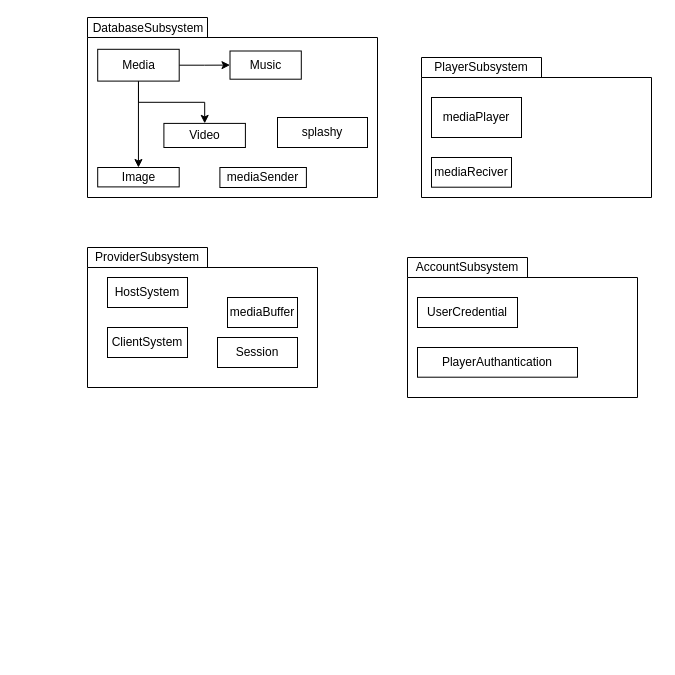
Earlier version of the draw.io diagram Untitled Diagram.drawio (emyrdemir/splashy). Source tidied: cells renumbered, new cells numbered last; positions are measured from the earlier drawing's top-left corner, leaving out a move shared by most shapes. Both pictures are drawn from the tidied source at 100%, with x=0, y=0 at pixel (87, 17).
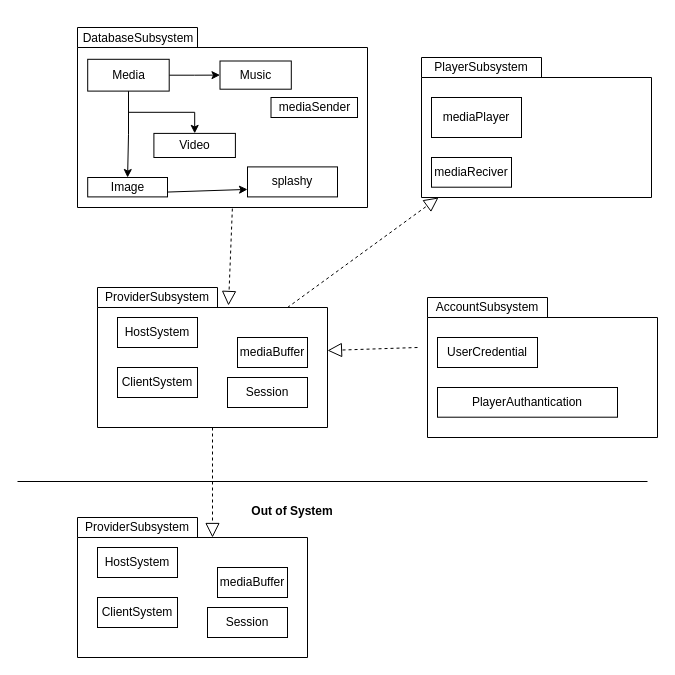
The same diagram, later.

The change refers to these unchanged cells:
```xml
<mxCell id="3" style="shape=folder;fontStyle=1;spacingTop=10;tabWidth=120;tabHeight=20;tabPosition=left;html=1;" parent="2" vertex="1">
  <mxGeometry width="230" height="140" as="geometry" />
</mxCell>
<mxCell id="10" style="shape=folder;fontStyle=1;spacingTop=10;tabWidth=120;tabHeight=20;tabPosition=left;html=1;" parent="9" vertex="1">
  <mxGeometry width="290" height="180" as="geometry" />
</mxCell>
<mxCell id="22" style="shape=folder;fontStyle=1;spacingTop=10;tabWidth=120;tabHeight=20;tabPosition=left;html=1;" parent="21" vertex="1">
  <mxGeometry width="230" height="140" as="geometry" />
</mxCell>
```

Diff of the diagram source:
```diff
@@
     <mxCell id="2" style="group;" parent="1" vertex="1">
-      <mxGeometry y="230" width="230" height="140" as="geometry" />
+      <mxGeometry x="10" y="270" width="230" height="140" as="geometry" />
     </mxCell>
@@
     <mxCell id="9" style="group;" parent="1" vertex="1">
-      <mxGeometry width="290" height="180" as="geometry" />
+      <mxGeometry x="-10" y="10" width="290" height="180" as="geometry" />
     </mxCell>
@@
     <mxCell id="16" value="Image" style="html=1;" parent="9" vertex="1">
-      <mxGeometry x="10.2" y="150" width="81.5" height="19.4" as="geometry" />
+      <mxGeometry x="10.2" y="150" width="79.8" height="19.4" as="geometry" />
     </mxCell>
@@
     <mxCell id="19" value="mediaSender" style="rounded=0;whiteSpace=wrap;html=1;" parent="9" vertex="1">
-      <mxGeometry x="132.4" y="150" width="86.5" height="20" as="geometry" />
+      <mxGeometry x="193.5" y="70" width="86.5" height="20" as="geometry" />
     </mxCell>
     <mxCell id="20" value="splashy" style="rounded=0;whiteSpace=wrap;html=1;" parent="9" vertex="1">
-      <mxGeometry x="190" y="100" width="90" height="30" as="geometry" />
+      <mxGeometry x="170" y="139.4" width="90" height="30" as="geometry" />
     </mxCell>
+    <mxCell id="31" style="endArrow=classic;html=1;exitX=1;exitY=0.75;exitDx=0;exitDy=0;entryX=0;entryY=0.75;entryDx=0;entryDy=0;" parent="9" edge="1" source="16" target="20">
+      <mxGeometry relative="1" as="geometry" />
+    </mxCell>
@@
     <mxCell id="26" style="group;" parent="1" vertex="1">
-      <mxGeometry x="320" y="240" width="230" height="140" as="geometry" />
+      <mxGeometry x="340" y="280" width="230" height="140" as="geometry" />
     </mxCell>
@@
     <mxCell id="29" value="PlayerAuthantication" style="rounded=0;whiteSpace=wrap;html=1;" parent="26" vertex="1">
-      <mxGeometry x="10" y="90" width="160" height="29.7" as="geometry" />
+      <mxGeometry x="10" y="90" width="180" height="29.7" as="geometry" />
     </mxCell>
@@
+    <mxCell id="32" style="endArrow=block;dashed=1;endFill=0;endSize=12;html=1;entryX=1;entryY=0.45;entryDx=0;entryDy=0;entryPerimeter=0;" parent="1" edge="1" target="3">
+      <mxGeometry relative="1" as="geometry">
+        <mxPoint x="330" y="330" as="sourcePoint" />
+      </mxGeometry>
+    </mxCell>
+    <mxCell id="33" style="endArrow=block;dashed=1;endFill=0;endSize=12;html=1;exitX=0.534;exitY=1.006;exitDx=0;exitDy=0;exitPerimeter=0;" parent="1" edge="1" source="10">
+      <mxGeometry relative="1" as="geometry">
+        <mxPoint x="141" y="288" as="targetPoint" />
+      </mxGeometry>
+    </mxCell>
+    <mxCell id="34" style="endArrow=block;dashed=1;endFill=0;endSize=12;html=1;entryX=0.074;entryY=1;entryDx=0;entryDy=0;entryPerimeter=0;" parent="1" edge="1" target="22">
+      <mxGeometry relative="1" as="geometry">
+        <mxPoint x="200" y="290" as="sourcePoint" />
+      </mxGeometry>
+    </mxCell>
+    <mxCell id="35" style="endArrow=block;dashed=1;endFill=0;endSize=12;html=1;exitX=0.5;exitY=1;exitDx=0;exitDy=0;exitPerimeter=0;" parent="1" edge="1" source="3">
+      <mxGeometry relative="1" as="geometry">
+        <mxPoint x="125" y="520" as="targetPoint" />
+      </mxGeometry>
+    </mxCell>
+    <mxCell id="36" style="line;strokeWidth=1;fillColor=none;align=left;verticalAlign=middle;spacingTop=-1;spacingLeft=3;spacingRight=3;labelPosition=right;" parent="1" vertex="1">
+      <mxGeometry x="-70" y="460" width="630" height="8" as="geometry" />
+    </mxCell>
+    <mxCell id="37" style="group;" parent="1" vertex="1">
+      <mxGeometry x="-10" y="500" width="230" height="140" as="geometry" />
+    </mxCell>
+    <mxCell id="38" style="shape=folder;fontStyle=1;spacingTop=10;tabWidth=120;tabHeight=20;tabPosition=left;html=1;" parent="37" vertex="1">
+      <mxGeometry width="230" height="140" as="geometry" />
+    </mxCell>
+    <mxCell id="39" value="ProviderSubsystem" style="text;html=1;strokeColor=none;fillColor=none;align=center;verticalAlign=middle;whiteSpace=wrap;rounded=0;" parent="37" vertex="1">
+      <mxGeometry width="120" height="20" as="geometry" />
+    </mxCell>
+    <mxCell id="40" value="mediaBuffer" style="rounded=0;whiteSpace=wrap;html=1;" parent="37" vertex="1">
+      <mxGeometry x="140" y="50" width="70" height="30" as="geometry" />
+    </mxCell>
+    <mxCell id="41" value="HostSystem" style="rounded=0;whiteSpace=wrap;html=1;" parent="37" vertex="1">
+      <mxGeometry x="20" y="30" width="80" height="30" as="geometry" />
+    </mxCell>
+    <mxCell id="42" value="ClientSystem" style="rounded=0;whiteSpace=wrap;html=1;" parent="37" vertex="1">
+      <mxGeometry x="20" y="80" width="80" height="30" as="geometry" />
+    </mxCell>
+    <mxCell id="43" value="Session" style="rounded=0;whiteSpace=wrap;html=1;" parent="37" vertex="1">
+      <mxGeometry x="130" y="90" width="80" height="30" as="geometry" />
+    </mxCell>
+    <mxCell id="44" value="Out of System" style="text;align=center;fontStyle=1;verticalAlign=middle;spacingLeft=3;spacingRight=3;strokeColor=none;" parent="1" vertex="1">
+      <mxGeometry x="160" y="480" width="90" height="26" as="geometry" />
+    </mxCell>
```
